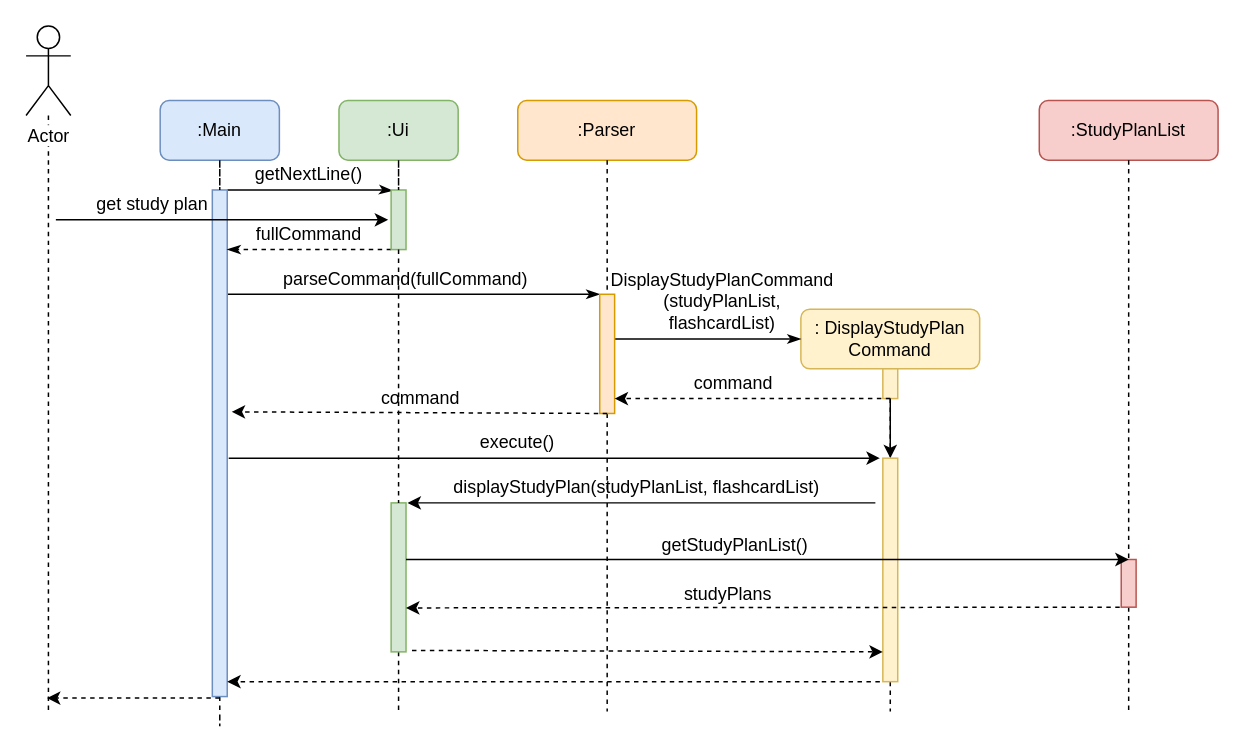
The draw.io diagram docs/images/getStudyPlanListSequenceDiagram.drawio in sliu107/tp, before the edit. Source tidied: cells renumbered, new cells numbered last; positions are measured from the earlier drawing's top-left corner, leaving out a move shared by most shapes. Both pictures are drawn from the tidied source at 149%, with x=0, y=0 at pixel (25, 25).
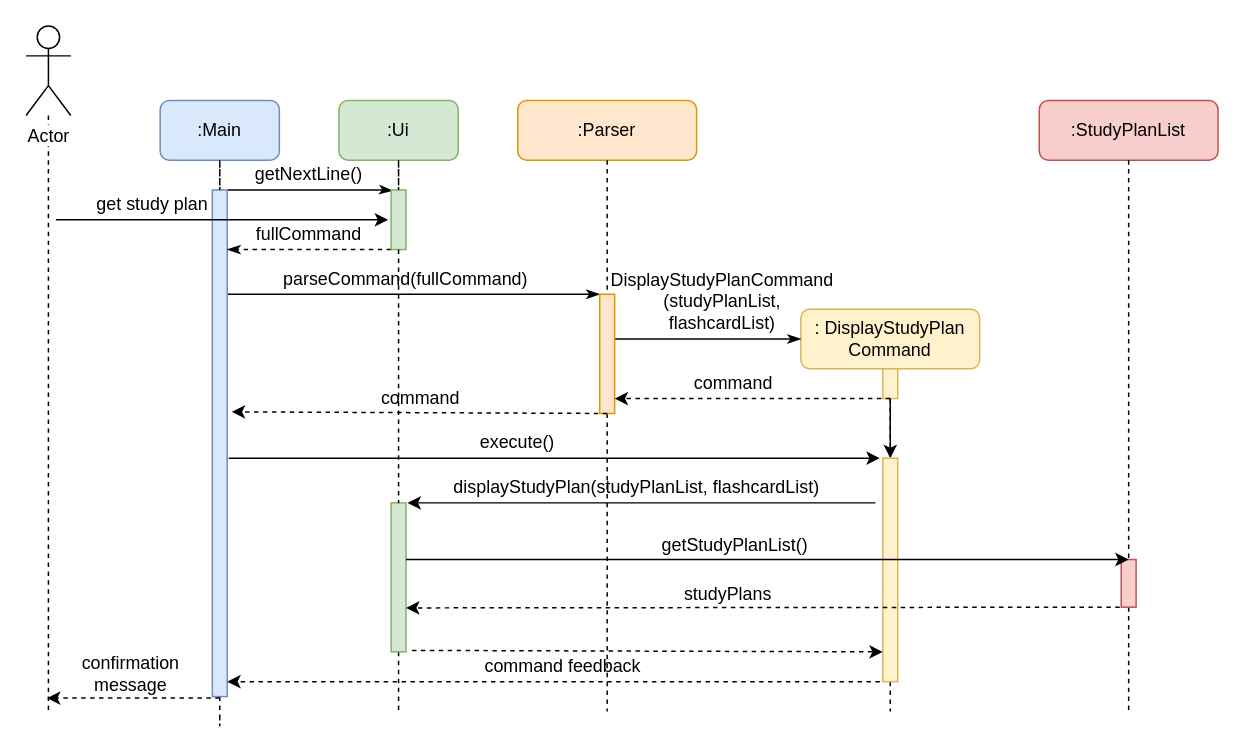
After the change.

Commit message (it also covers changes not shown here):
Add return messages for study plan related sequence diagrams

Change to the diagram source:
```diff
@@
+    <mxCell id="53" value="command feedback" style="text;html=1;align=center;verticalAlign=middle;fillColor=none;strokeColor=none;rounded=0;" parent="1" vertex="1">
+      <mxGeometry x="300" y="420" width="120" height="20" as="geometry" />
+    </mxCell>
+    <mxCell id="54" value="confirmation&lt;br&gt;message" style="text;html=1;align=center;verticalAlign=middle;fillColor=none;strokeColor=none;rounded=0;" parent="1" vertex="1">
+      <mxGeometry x="30" y="420" width="80" height="30" as="geometry" />
+    </mxCell>
```
